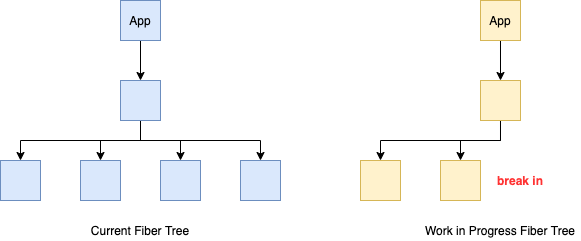
Above: source/_posts/react-concurrent-2/break-update.png in ParadeTo/blog (draw.io), before the change. Source tidied: cells renumbered, new cells last; positions are measured from the earlier drawing's top-left corner, leaving out a move shared by most shapes.
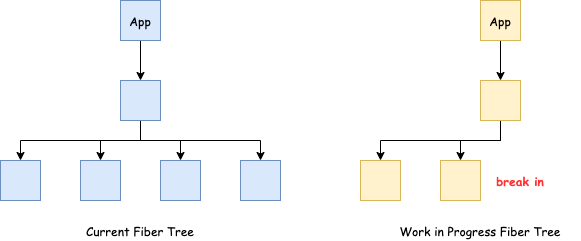
After the commit.

Change to the diagram source:
```diff
@@ -2,67 +2,67 @@
   <root>
     <mxCell id="0" />
     <mxCell id="1" parent="0" />
-    <mxCell id="2" style="edgeStyle=orthogonalEdgeStyle;rounded=0;jettySize=auto;html=1;" parent="1" edge="1" source="3" target="8">
+    <mxCell id="2" style="edgeStyle=orthogonalEdgeStyle;rounded=0;jettySize=auto;html=1;fontFamily=Comic Sans MS;" parent="1" edge="1" source="3" target="8">
       <mxGeometry relative="1" as="geometry" />
     </mxCell>
-    <mxCell id="3" value="App" style="rounded=0;whiteSpace=wrap;html=1;fillColor=#dae8fc;strokeColor=#6c8ebf;" parent="1" vertex="1">
+    <mxCell id="3" value="App" style="rounded=0;whiteSpace=wrap;html=1;fillColor=#dae8fc;strokeColor=#6c8ebf;fontFamily=Comic Sans MS;" parent="1" vertex="1">
       <mxGeometry x="120" width="40" height="40" as="geometry" />
     </mxCell>
-    <mxCell id="4" style="edgeStyle=orthogonalEdgeStyle;rounded=0;jettySize=auto;html=1;exitX=0.5;exitY=1;exitDx=0;exitDy=0;" parent="1" edge="1" source="8" target="9">
+    <mxCell id="4" style="edgeStyle=orthogonalEdgeStyle;rounded=0;jettySize=auto;html=1;exitX=0.5;exitY=1;exitDx=0;exitDy=0;fontFamily=Comic Sans MS;" parent="1" edge="1" source="8" target="9">
       <mxGeometry relative="1" as="geometry" />
     </mxCell>
-    <mxCell id="5" style="edgeStyle=orthogonalEdgeStyle;rounded=0;jettySize=auto;html=1;" parent="1" edge="1" source="8" target="10">
+    <mxCell id="5" style="edgeStyle=orthogonalEdgeStyle;rounded=0;jettySize=auto;html=1;fontFamily=Comic Sans MS;" parent="1" edge="1" source="8" target="10">
       <mxGeometry relative="1" as="geometry" />
     </mxCell>
-    <mxCell id="6" style="edgeStyle=orthogonalEdgeStyle;rounded=0;jettySize=auto;html=1;" parent="1" edge="1" source="8" target="11">
+    <mxCell id="6" style="edgeStyle=orthogonalEdgeStyle;rounded=0;jettySize=auto;html=1;fontFamily=Comic Sans MS;" parent="1" edge="1" source="8" target="11">
       <mxGeometry relative="1" as="geometry" />
     </mxCell>
-    <mxCell id="7" style="edgeStyle=orthogonalEdgeStyle;rounded=0;jettySize=auto;html=1;entryX=0.5;entryY=0;entryDx=0;entryDy=0;exitX=0.5;exitY=1;exitDx=0;exitDy=0;" parent="1" edge="1" source="8" target="12">
+    <mxCell id="7" style="edgeStyle=orthogonalEdgeStyle;rounded=0;jettySize=auto;html=1;entryX=0.5;entryY=0;entryDx=0;entryDy=0;exitX=0.5;exitY=1;exitDx=0;exitDy=0;fontFamily=Comic Sans MS;" parent="1" edge="1" source="8" target="12">
       <mxGeometry relative="1" as="geometry" />
     </mxCell>
-    <mxCell id="8" style="rounded=0;whiteSpace=wrap;html=1;fillColor=#dae8fc;strokeColor=#6c8ebf;" parent="1" vertex="1">
+    <mxCell id="8" style="rounded=0;whiteSpace=wrap;html=1;fillColor=#dae8fc;strokeColor=#6c8ebf;fontFamily=Comic Sans MS;" parent="1" vertex="1">
       <mxGeometry x="120" y="80" width="40" height="40" as="geometry" />
     </mxCell>
-    <mxCell id="9" style="rounded=0;whiteSpace=wrap;html=1;fillColor=#dae8fc;strokeColor=#6c8ebf;" parent="1" vertex="1">
+    <mxCell id="9" style="rounded=0;whiteSpace=wrap;html=1;fillColor=#dae8fc;strokeColor=#6c8ebf;fontFamily=Comic Sans MS;" parent="1" vertex="1">
       <mxGeometry y="160" width="40" height="40" as="geometry" />
     </mxCell>
-    <mxCell id="10" style="rounded=0;whiteSpace=wrap;html=1;fillColor=#dae8fc;strokeColor=#6c8ebf;" parent="1" vertex="1">
+    <mxCell id="10" style="rounded=0;whiteSpace=wrap;html=1;fillColor=#dae8fc;strokeColor=#6c8ebf;fontFamily=Comic Sans MS;" parent="1" vertex="1">
       <mxGeometry x="80" y="160" width="40" height="40" as="geometry" />
     </mxCell>
-    <mxCell id="11" style="rounded=0;whiteSpace=wrap;html=1;fillColor=#dae8fc;strokeColor=#6c8ebf;" parent="1" vertex="1">
+    <mxCell id="11" style="rounded=0;whiteSpace=wrap;html=1;fillColor=#dae8fc;strokeColor=#6c8ebf;fontFamily=Comic Sans MS;" parent="1" vertex="1">
       <mxGeometry x="160" y="160" width="40" height="40" as="geometry" />
     </mxCell>
-    <mxCell id="12" style="rounded=0;whiteSpace=wrap;html=1;fillColor=#dae8fc;strokeColor=#6c8ebf;" parent="1" vertex="1">
+    <mxCell id="12" style="rounded=0;whiteSpace=wrap;html=1;fillColor=#dae8fc;strokeColor=#6c8ebf;fontFamily=Comic Sans MS;" parent="1" vertex="1">
       <mxGeometry x="240" y="160" width="40" height="40" as="geometry" />
     </mxCell>
-    <mxCell id="13" style="edgeStyle=orthogonalEdgeStyle;rounded=0;jettySize=auto;html=1;" parent="1" edge="1" source="14" target="17">
+    <mxCell id="13" style="edgeStyle=orthogonalEdgeStyle;rounded=0;jettySize=auto;html=1;fontFamily=Comic Sans MS;" parent="1" edge="1" source="14" target="17">
       <mxGeometry relative="1" as="geometry" />
     </mxCell>
-    <mxCell id="14" value="App" style="rounded=0;whiteSpace=wrap;html=1;fillColor=#fff2cc;strokeColor=#d6b656;" parent="1" vertex="1">
+    <mxCell id="14" value="App" style="rounded=0;whiteSpace=wrap;html=1;fillColor=#fff2cc;strokeColor=#d6b656;fontFamily=Comic Sans MS;" parent="1" vertex="1">
       <mxGeometry x="480" width="40" height="40" as="geometry" />
     </mxCell>
-    <mxCell id="15" style="edgeStyle=orthogonalEdgeStyle;rounded=0;jettySize=auto;html=1;exitX=0.5;exitY=1;exitDx=0;exitDy=0;" parent="1" edge="1" source="17" target="18">
+    <mxCell id="15" style="edgeStyle=orthogonalEdgeStyle;rounded=0;jettySize=auto;html=1;exitX=0.5;exitY=1;exitDx=0;exitDy=0;fontFamily=Comic Sans MS;" parent="1" edge="1" source="17" target="18">
       <mxGeometry relative="1" as="geometry" />
     </mxCell>
-    <mxCell id="16" style="edgeStyle=orthogonalEdgeStyle;rounded=0;jettySize=auto;html=1;" parent="1" edge="1" source="17" target="19">
+    <mxCell id="16" style="edgeStyle=orthogonalEdgeStyle;rounded=0;jettySize=auto;html=1;fontFamily=Comic Sans MS;" parent="1" edge="1" source="17" target="19">
       <mxGeometry relative="1" as="geometry" />
     </mxCell>
-    <mxCell id="17" style="rounded=0;whiteSpace=wrap;html=1;fillColor=#fff2cc;strokeColor=#d6b656;" parent="1" vertex="1">
+    <mxCell id="17" style="rounded=0;whiteSpace=wrap;html=1;fillColor=#fff2cc;strokeColor=#d6b656;fontFamily=Comic Sans MS;" parent="1" vertex="1">
       <mxGeometry x="480" y="80" width="40" height="40" as="geometry" />
     </mxCell>
-    <mxCell id="18" style="rounded=0;whiteSpace=wrap;html=1;fillColor=#fff2cc;strokeColor=#d6b656;" parent="1" vertex="1">
+    <mxCell id="18" style="rounded=0;whiteSpace=wrap;html=1;fillColor=#fff2cc;strokeColor=#d6b656;fontFamily=Comic Sans MS;" parent="1" vertex="1">
       <mxGeometry x="360" y="160" width="40" height="40" as="geometry" />
     </mxCell>
-    <mxCell id="19" style="rounded=0;whiteSpace=wrap;html=1;fillColor=#fff2cc;strokeColor=#d6b656;" parent="1" vertex="1">
+    <mxCell id="19" style="rounded=0;whiteSpace=wrap;html=1;fillColor=#fff2cc;strokeColor=#d6b656;fontFamily=Comic Sans MS;" parent="1" vertex="1">
       <mxGeometry x="440" y="160" width="40" height="40" as="geometry" />
     </mxCell>
-    <mxCell id="20" value="Current Fiber Tree" style="text;html=1;strokeColor=none;fillColor=none;align=center;verticalAlign=middle;whiteSpace=wrap;rounded=0;" parent="1" vertex="1">
+    <mxCell id="20" value="Current Fiber Tree" style="text;html=1;strokeColor=none;fillColor=none;align=center;verticalAlign=middle;whiteSpace=wrap;rounded=0;fontFamily=Comic Sans MS;" parent="1" vertex="1">
       <mxGeometry x="80" y="220" width="120" height="20" as="geometry" />
     </mxCell>
-    <mxCell id="21" value="Work in Progress Fiber Tree" style="text;html=1;strokeColor=none;fillColor=none;align=center;verticalAlign=middle;whiteSpace=wrap;rounded=0;" parent="1" vertex="1">
-      <mxGeometry x="420" y="220" width="160" height="20" as="geometry" />
+    <mxCell id="21" value="Work in Progress Fiber Tree" style="text;html=1;strokeColor=none;fillColor=none;align=center;verticalAlign=middle;whiteSpace=wrap;rounded=0;fontFamily=Comic Sans MS;" parent="1" vertex="1">
+      <mxGeometry x="380" y="220" width="200" height="20" as="geometry" />
     </mxCell>
-    <mxCell id="22" value="&lt;b&gt;break in&lt;/b&gt;" style="text;html=1;strokeColor=none;fillColor=none;align=center;verticalAlign=middle;whiteSpace=wrap;rounded=0;fontColor=#FF3333;" parent="1" vertex="1">
+    <mxCell id="22" value="&lt;b&gt;break in&lt;/b&gt;" style="text;html=1;strokeColor=none;fillColor=none;align=center;verticalAlign=middle;whiteSpace=wrap;rounded=0;fontColor=#FF3333;fontFamily=Comic Sans MS;" parent="1" vertex="1">
       <mxGeometry x="480" y="170" width="80" height="20" as="geometry" />
     </mxCell>
   </root>
```
